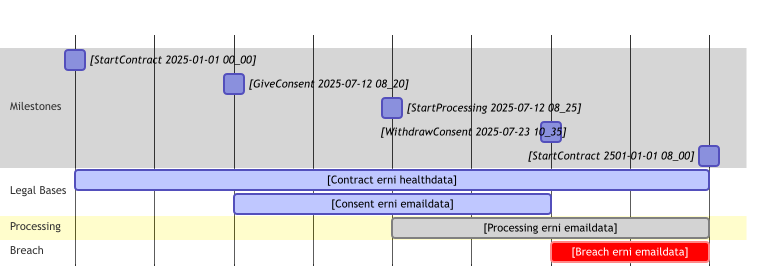
The Mermaid diagram gdpr/report/MC_DeadlineViolation.png in Prof-it/formal-verification, before a commit. Its source is kept beside it as gdpr/report/MC_DeadlineViolation.mmd. The source it was exported from:
```mermaid
gantt
    dateFormat  YYYY-MM-DD HH:mm
    axisFormat  %Y-%m-%d %H:%M

    section Milestones
    [StartContract 2025-01-01 00_00] :milestone, id1, 2025-01-01 00:00, 0d
    [GiveConsent 2025-07-12 08_20] :milestone, id2, 2025-01-02 00:00, 0d
    [StartProcessing 2025-07-12 08_25] :milestone, id3, 2025-01-03 00:00, 0d
    [WithdrawConsent 2025-07-23 10_35] :milestone, id4, 2025-01-04 00:00, 0d
    [StartContract 2501-01-01 08_00] :milestone, id5, 2025-01-05 00:00, 0d

    section Legal Bases
    [Contract erni healthdata] :active, id6, 2025-01-01 00:00, 2025-01-05 00:00
    [Consent erni emaildata] :active, id7, 2025-01-02 00:00, 2025-01-04 00:00

    section Processing
    [Processing erni emaildata] :done, id8, 2025-01-03 00:00, 2025-01-05 00:00

    section Breach
    [Breach erni emaildata] :crit, id9, 2025-01-04 00:00, 2025-01-05 00:00
```
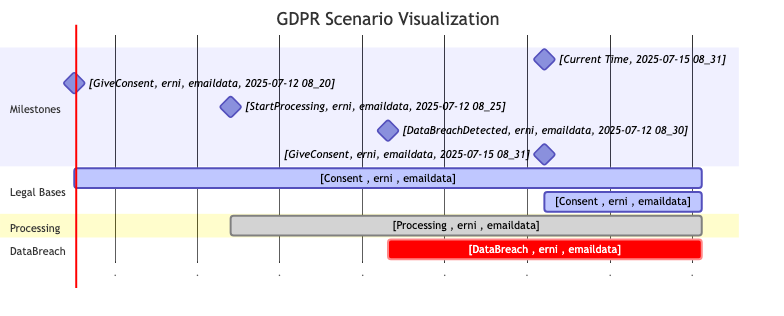
The same file after the commit.

The edit, as a diff of the source:
```diff
@@ -1,20 +1,21 @@
 gantt
     dateFormat  YYYY-MM-DD HH:mm
-    axisFormat  %Y-%m-%d %H:%M
+axisFormat .
+    title GDPR Scenario Visualization
 
     section Milestones
-    [StartContract 2025-01-01 00_00] :milestone, id1, 2025-01-01 00:00, 0d
-    [GiveConsent 2025-07-12 08_20] :milestone, id2, 2025-01-02 00:00, 0d
-    [StartProcessing 2025-07-12 08_25] :milestone, id3, 2025-01-03 00:00, 0d
-    [WithdrawConsent 2025-07-23 10_35] :milestone, id4, 2025-01-04 00:00, 0d
-    [StartContract 2501-01-01 08_00] :milestone, id5, 2025-01-05 00:00, 0d
+        [Current Time, 2025-07-15 08_31] :milestone, ct, 2310-10-25 12:55, 0d
+    [GiveConsent, erni, emaildata, 2025-07-12 08_20] :milestone, id1, 2025-07-12 08:20, 0d
+    [StartProcessing, erni, emaildata, 2025-07-12 08_25] :milestone, id2, 2120-08-16 01:51, 0d
+    [DataBreachDetected, erni, emaildata, 2025-07-12 08_30] :milestone, id3, 2215-09-20 19:23, 0d
+    [GiveConsent, erni, emaildata, 2025-07-15 08_31] :milestone, id4, 2310-10-25 12:55, 0d
 
     section Legal Bases
-    [Contract erni healthdata] :active, id6, 2025-01-01 00:00, 2025-01-05 00:00
-    [Consent erni emaildata] :active, id7, 2025-01-02 00:00, 2025-01-04 00:00
+    [Consent , erni , emaildata] :active, id5, 2025-07-12 08:20, 2405-11-28 06:27
+    [Consent , erni , emaildata] :active, id6, 2310-10-25 12:55, 2405-11-28 06:27
 
     section Processing
-    [Processing erni emaildata] :done, id8, 2025-01-03 00:00, 2025-01-05 00:00
+    [Processing , erni , emaildata] :done, id7, 2120-08-16 01:51, 2405-11-28 06:27
 
-    section Breach
-    [Breach erni emaildata] :crit, id9, 2025-01-04 00:00, 2025-01-05 00:00
+    section DataBreach
+    [DataBreach , erni , emaildata] :crit, id8, 2215-09-20 19:23, 2405-11-28 06:27
```
